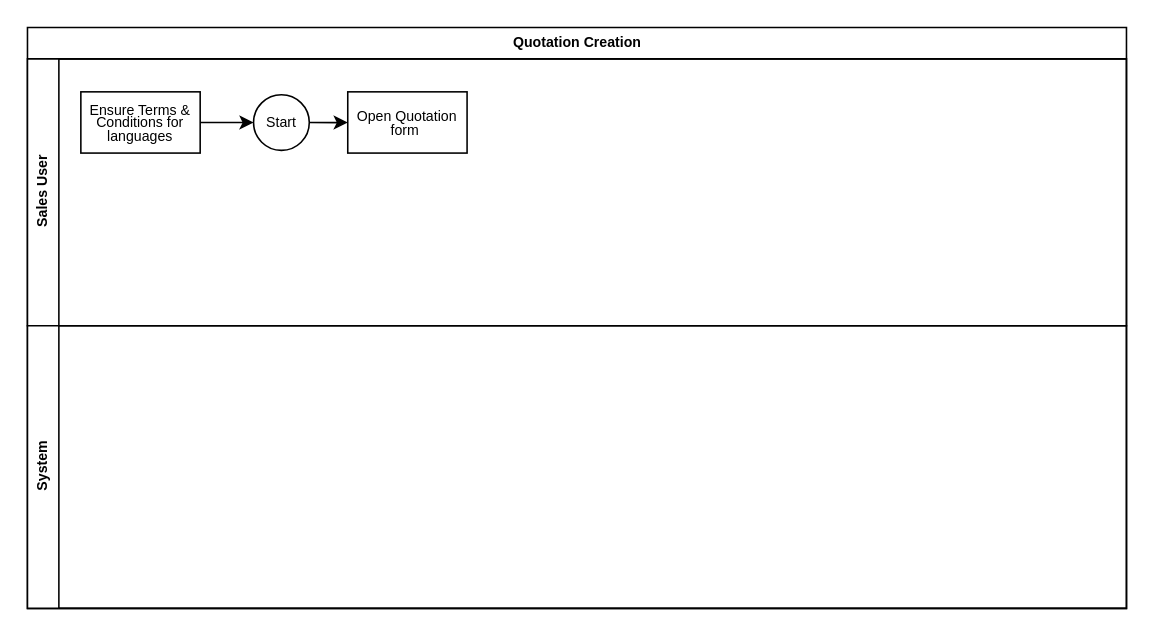
Iswariya-LMNAs/Diagrams keeps this draw.io diagram as SGBCZ Quotation.drawio. Above is the earlier version. Source tidied: cells renumbered, new cells numbered last; positions are measured from the earlier drawing's top-left corner, leaving out a move shared by most shapes. Both pictures are drawn from the tidied source at 157%, with x=0, y=0 at pixel (27, 27).
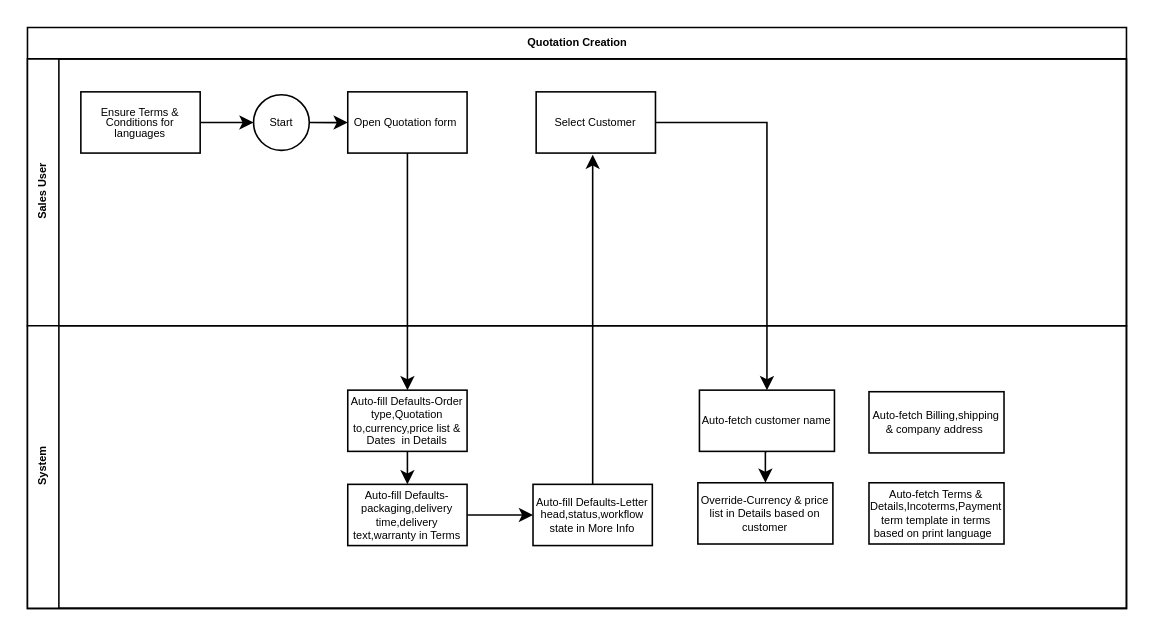
The same diagram, later.

What changed in the source:
```diff
@@
-    <mxCell id="2" value="Quotation Creation" style="swimlane;horizontal=1;startSize=20;html=1;fontSize=9;" parent="1" vertex="1">
+    <mxCell id="2" value="Quotation Creation" style="swimlane;horizontal=1;startSize=20;html=1;fontSize=7;" parent="1" vertex="1">
       <mxGeometry width="700" height="370" as="geometry" />
     </mxCell>
-    <mxCell id="3" value="Sales User" style="swimlane;startSize=20;horizontal=0;html=1;fontSize=9;" parent="2" vertex="1">
+    <mxCell id="3" value="Sales User" style="swimlane;startSize=20;horizontal=0;html=1;fontSize=7;" parent="2" vertex="1">
       <mxGeometry y="20" width="700" height="170" as="geometry" />
     </mxCell>
-    <mxCell id="4" style="edgeStyle=orthogonalEdgeStyle;rounded=0;jettySize=auto;html=1;exitX=1;exitY=0.5;exitDx=0;exitDy=0;" parent="3" edge="1" source="5" target="7">
+    <mxCell id="4" style="edgeStyle=orthogonalEdgeStyle;rounded=0;jettySize=auto;html=1;exitX=1;exitY=0.5;exitDx=0;exitDy=0;fontSize=7;" parent="3" edge="1" source="5" target="7">
       <mxGeometry relative="1" as="geometry" />
     </mxCell>
-    <mxCell id="5" value="&lt;div style=&quot;line-height: 90%;&quot; align=&quot;center&quot;&gt;&lt;font&gt;Ensure Terms &amp;amp; Conditions for languages&lt;/font&gt;&lt;/div&gt;" style="rounded=0;whiteSpace=wrap;html=1;align=center;fontSize=9;" parent="3" vertex="1">
+    <mxCell id="5" value="&lt;div align=&quot;center&quot; style=&quot;line-height: 90%;&quot;&gt;&lt;font&gt;Ensure Terms &amp;amp; Conditions for languages&lt;/font&gt;&lt;/div&gt;" style="rounded=0;whiteSpace=wrap;html=1;align=center;fontSize=7;" parent="3" vertex="1">
       <mxGeometry x="34" y="21" width="76" height="39" as="geometry" />
     </mxCell>
-    <mxCell id="6" style="edgeStyle=orthogonalEdgeStyle;rounded=0;jettySize=auto;html=1;exitX=1;exitY=0.5;exitDx=0;exitDy=0;entryX=0;entryY=0.5;entryDx=0;entryDy=0;" parent="3" edge="1" source="7" target="8">
+    <mxCell id="6" style="edgeStyle=orthogonalEdgeStyle;rounded=0;jettySize=auto;html=1;exitX=1;exitY=0.5;exitDx=0;exitDy=0;entryX=0;entryY=0.5;entryDx=0;entryDy=0;fontSize=7;" parent="3" edge="1" source="7" target="8">
       <mxGeometry relative="1" as="geometry" />
     </mxCell>
-    <mxCell id="7" value="&lt;font&gt;Start&lt;/font&gt;" style="ellipse;whiteSpace=wrap;html=1;fontSize=9;" parent="3" vertex="1">
+    <mxCell id="7" value="&lt;font&gt;Start&lt;/font&gt;" style="ellipse;whiteSpace=wrap;html=1;fontSize=7;" parent="3" vertex="1">
       <mxGeometry x="144" y="22.8" width="35.5" height="35.5" as="geometry" />
     </mxCell>
-    <mxCell id="8" value="&lt;div style=&quot;line-height: 90%;&quot; align=&quot;center&quot;&gt;Open Quotation form&amp;nbsp;&lt;/div&gt;" style="rounded=0;whiteSpace=wrap;html=1;align=center;fontSize=9;" parent="3" vertex="1">
+    <mxCell id="8" value="&lt;div align=&quot;center&quot; style=&quot;line-height: 90%;&quot;&gt;Open Quotation form&amp;nbsp;&lt;/div&gt;" style="rounded=0;whiteSpace=wrap;html=1;align=center;fontSize=7;" parent="3" vertex="1">
       <mxGeometry x="204" y="21" width="76" height="39" as="geometry" />
     </mxCell>
+    <mxCell id="10" value="Select Customer" style="rounded=0;whiteSpace=wrap;html=1;align=center;fontSize=7;" parent="3" vertex="1">
+      <mxGeometry x="324" y="21" width="76" height="39" as="geometry" />
+    </mxCell>
-    <mxCell id="9" value="System" style="swimlane;startSize=20;horizontal=0;html=1;fontSize=9;" parent="2" vertex="1">
+    <mxCell id="9" value="System" style="swimlane;startSize=20;horizontal=0;html=1;fontSize=7;" parent="2" vertex="1">
       <mxGeometry y="190" width="700" height="180" as="geometry" />
     </mxCell>
+    <mxCell id="11" style="edgeStyle=orthogonalEdgeStyle;rounded=0;jettySize=auto;html=1;exitX=0.5;exitY=1;exitDx=0;exitDy=0;entryX=0.5;entryY=0;entryDx=0;entryDy=0;" parent="9" edge="1" source="12" target="18">
+      <mxGeometry relative="1" as="geometry" />
+    </mxCell>
+    <mxCell id="12" value="Auto-fill Defaults-Order type,Quotation to,currency,price list &amp;amp; Dates&amp;nbsp; in Details" style="rounded=0;whiteSpace=wrap;html=1;align=center;fontSize=7;" parent="9" vertex="1">
+      <mxGeometry x="204" y="41" width="76" height="39" as="geometry" />
+    </mxCell>
+    <mxCell id="13" style="edgeStyle=orthogonalEdgeStyle;rounded=0;jettySize=auto;html=1;exitX=0.5;exitY=1;exitDx=0;exitDy=0;entryX=0.5;entryY=0;entryDx=0;entryDy=0;" parent="9" edge="1" source="14" target="15">
+      <mxGeometry relative="1" as="geometry" />
+    </mxCell>
+    <mxCell id="14" value="Auto-fetch customer name" style="rounded=0;whiteSpace=wrap;html=1;align=left;fontSize=7;" parent="9" vertex="1">
+      <mxGeometry x="428" y="41" width="86" height="39" as="geometry" />
+    </mxCell>
+    <mxCell id="15" value="Override-Currency &amp;amp; price list in Details based on customer" style="rounded=0;whiteSpace=wrap;html=1;align=center;fontSize=7;" parent="9" vertex="1">
+      <mxGeometry x="427" y="100" width="86" height="39" as="geometry" />
+    </mxCell>
+    <mxCell id="16" value="Auto-fetch Billing,shipping &amp;amp; company address&amp;nbsp;" style="rounded=0;whiteSpace=wrap;html=1;align=center;fontSize=7;" parent="9" vertex="1">
+      <mxGeometry x="536" y="42" width="86" height="39" as="geometry" />
+    </mxCell>
+    <mxCell id="17" style="edgeStyle=orthogonalEdgeStyle;rounded=0;jettySize=auto;html=1;exitX=1;exitY=0.5;exitDx=0;exitDy=0;entryX=0;entryY=0.5;entryDx=0;entryDy=0;" parent="9" edge="1" source="18" target="20">
+      <mxGeometry relative="1" as="geometry" />
+    </mxCell>
+    <mxCell id="18" value="Auto-fill Defaults-packaging,delivery time,delivery text,warranty in Terms" style="rounded=0;whiteSpace=wrap;html=1;align=center;fontSize=7;" parent="9" vertex="1">
+      <mxGeometry x="204" y="101" width="76" height="39" as="geometry" />
+    </mxCell>
+    <mxCell id="19" style="edgeStyle=orthogonalEdgeStyle;rounded=0;jettySize=auto;html=1;exitX=0.5;exitY=0;exitDx=0;exitDy=0;" parent="9" edge="1" source="20">
+      <mxGeometry relative="1" as="geometry">
+        <mxPoint x="360" y="-109" as="targetPoint" />
+      </mxGeometry>
+    </mxCell>
+    <mxCell id="20" value="Auto-fill Defaults-Letter head,status,workflow state in More Info" style="rounded=0;whiteSpace=wrap;html=1;align=center;fontSize=7;" parent="9" vertex="1">
+      <mxGeometry x="322" y="101" width="76" height="39" as="geometry" />
+    </mxCell>
+    <mxCell id="21" value="Auto-fetch Terms &amp;amp; Details,Incoterms,Payment term template in terms based on print language&amp;nbsp;&amp;nbsp;" style="rounded=0;whiteSpace=wrap;html=1;align=center;fontSize=7;" parent="9" vertex="1">
+      <mxGeometry x="536" y="100" width="86" height="39" as="geometry" />
+    </mxCell>
+    <mxCell id="22" style="edgeStyle=orthogonalEdgeStyle;rounded=0;jettySize=auto;html=1;exitX=0.5;exitY=1;exitDx=0;exitDy=0;entryX=0.5;entryY=0;entryDx=0;entryDy=0;fontSize=7;" parent="2" edge="1" source="8" target="12">
+      <mxGeometry relative="1" as="geometry" />
+    </mxCell>
+    <mxCell id="23" style="edgeStyle=orthogonalEdgeStyle;rounded=0;jettySize=auto;html=1;exitX=1;exitY=0.5;exitDx=0;exitDy=0;entryX=0.5;entryY=0;entryDx=0;entryDy=0;" parent="2" edge="1" source="10" target="14">
+      <mxGeometry relative="1" as="geometry" />
+    </mxCell>
```
